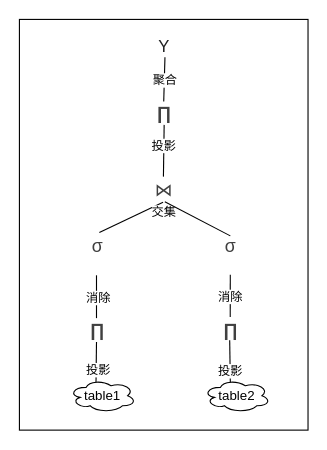
This is sql_plan_opt.drawio from arlottang/tdh_bit, a draw.io file, before an edit. Source tidied: cells renumbered, new cells numbered last; positions are measured from the earlier drawing's top-left corner, leaving out a move shared by most shapes. Both pictures are drawn from the tidied source at 111%, with x=0, y=0 at pixel (19, 19).
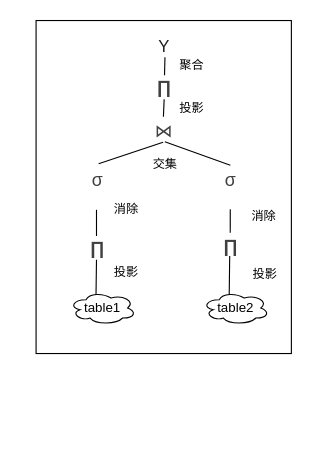
The same diagram, later.

Unchanged cells that the change refers to:
```xml
<mxCell id="3" value="&lt;span style=&quot;color: rgb(32 , 33 , 34) ; font-family: sans-serif ; font-size: 15.008px&quot;&gt;Υ&lt;/span&gt;" style="text;html=1;align=center;verticalAlign=middle;points=[];fillColor=none;strokeColor=none;rounded=0;" parent="1" vertex="1">
  <mxGeometry x="115" y="14" width="30" height="20" as="geometry" />
</mxCell>
<mxCell id="17" style="endArrow=none;html=1;rounded=0;exitX=0.513;exitY=1.05;exitDx=0;exitDy=0;exitPerimeter=0;entryX=0.491;entryY=-0.119;entryDx=0;entryDy=0;entryPerimeter=0;" parent="1" edge="1" source="4" target="5">
  <mxGeometry relative="1" as="geometry" />
</mxCell>
<mxCell id="19" style="endArrow=none;html=1;rounded=0;exitX=0.481;exitY=1.013;exitDx=0;exitDy=0;exitPerimeter=0;entryX=0.481;entryY=-0.045;entryDx=0;entryDy=0;entryPerimeter=0;" parent="1" edge="1" source="6" target="8">
  <mxGeometry relative="1" as="geometry" />
</mxCell>
<mxCell id="21" style="endArrow=none;html=1;rounded=0;entryX=0.497;entryY=-0.093;entryDx=0;entryDy=0;entryPerimeter=0;" parent="1" edge="1" source="7" target="9">
  <mxGeometry relative="1" as="geometry" />
</mxCell>
<mxCell id="23" style="endArrow=none;html=1;rounded=0;exitX=0.481;exitY=1.026;exitDx=0;exitDy=0;exitPerimeter=0;entryX=0.4;entryY=0.1;entryDx=0;entryDy=0;entryPerimeter=0;" parent="1" edge="1" source="8" target="10">
  <mxGeometry relative="1" as="geometry" />
</mxCell>
<mxCell id="25" style="endArrow=none;html=1;rounded=0;exitX=0.481;exitY=0.955;exitDx=0;exitDy=0;exitPerimeter=0;entryX=0.4;entryY=0.1;entryDx=0;entryDy=0;entryPerimeter=0;" parent="1" edge="1" source="9" target="11">
  <mxGeometry relative="1" as="geometry" />
</mxCell>
```

What changed in the source:
```diff
@@
     <mxCell id="2" style="rounded=0;whiteSpace=wrap;html=1;fillColor=#FFFFFF;" parent="1" vertex="1">
-      <mxGeometry width="260" height="370" as="geometry" />
+      <mxGeometry x="15" y="1" width="230" height="300" as="geometry" />
     </mxCell>
@@
     <mxCell id="4" value="&lt;span style=&quot;box-sizing: border-box ; font-weight: 600 ; color: rgb(64 , 64 , 64) ; font-family: , &amp;#34;blinkmacsystemfont&amp;#34; , &amp;#34;apple color emoji&amp;#34; , &amp;#34;segoe ui emoji&amp;#34; , &amp;#34;segoe ui symbol&amp;#34; , &amp;#34;segoe ui&amp;#34; , &amp;#34;pingfang sc&amp;#34; , &amp;#34;hiragino sans gb&amp;#34; , &amp;#34;microsoft yahei&amp;#34; , &amp;#34;helvetica neue&amp;#34; , &amp;#34;helvetica&amp;#34; , &amp;#34;arial&amp;#34; , sans-serif ; font-size: 16px ; text-align: left ; background-color: rgb(255 , 255 , 255)&quot;&gt;∏&lt;/span&gt;" style="text;html=1;align=center;verticalAlign=middle;points=[];fillColor=none;strokeColor=none;rounded=0;" parent="1" vertex="1">
-      <mxGeometry x="115" y="74" width="30" height="20" as="geometry" />
+      <mxGeometry x="115" y="51" width="30" height="20" as="geometry" />
     </mxCell>
     <mxCell id="5" value="&lt;span style=&quot;color: rgb(64 , 64 , 64) ; font-family: , &amp;#34;blinkmacsystemfont&amp;#34; , &amp;#34;apple color emoji&amp;#34; , &amp;#34;segoe ui emoji&amp;#34; , &amp;#34;segoe ui symbol&amp;#34; , &amp;#34;segoe ui&amp;#34; , &amp;#34;pingfang sc&amp;#34; , &amp;#34;hiragino sans gb&amp;#34; , &amp;#34;microsoft yahei&amp;#34; , &amp;#34;helvetica neue&amp;#34; , &amp;#34;helvetica&amp;#34; , &amp;#34;arial&amp;#34; , sans-serif ; font-size: 16px ; text-align: left ; background-color: rgb(255 , 255 , 255)&quot;&gt;⋈&lt;/span&gt;" style="text;html=1;align=center;verticalAlign=middle;points=[];fillColor=none;strokeColor=none;rounded=0;" parent="1" vertex="1">
-      <mxGeometry x="115" y="144" width="30" height="20" as="geometry" />
+      <mxGeometry x="115" y="90" width="30" height="20" as="geometry" />
     </mxCell>
     <mxCell id="6" value="&lt;h4 style=&quot;box-sizing: border-box ; margin-top: 0px ; margin-bottom: 16px ; color: rgb(64 , 64 , 64) ; font-size: 20px ; font-family: , &amp;#34;blinkmacsystemfont&amp;#34; , &amp;#34;apple color emoji&amp;#34; , &amp;#34;segoe ui emoji&amp;#34; , &amp;#34;segoe ui symbol&amp;#34; , &amp;#34;segoe ui&amp;#34; , &amp;#34;pingfang sc&amp;#34; , &amp;#34;hiragino sans gb&amp;#34; , &amp;#34;microsoft yahei&amp;#34; , &amp;#34;helvetica neue&amp;#34; , &amp;#34;helvetica&amp;#34; , &amp;#34;arial&amp;#34; , sans-serif ; text-align: left ; background-color: rgb(255 , 255 , 255)&quot;&gt;&lt;span style=&quot;font-family: , &amp;#34;blinkmacsystemfont&amp;#34; , &amp;#34;apple color emoji&amp;#34; , &amp;#34;segoe ui emoji&amp;#34; , &amp;#34;segoe ui symbol&amp;#34; , &amp;#34;segoe ui&amp;#34; , &amp;#34;pingfang sc&amp;#34; , &amp;#34;hiragino sans gb&amp;#34; , &amp;#34;microsoft yahei&amp;#34; , &amp;#34;helvetica neue&amp;#34; , &amp;#34;helvetica&amp;#34; , &amp;#34;arial&amp;#34; , sans-serif ; font-size: 16px ; font-weight: 400&quot;&gt;σ&lt;/span&gt;&lt;br&gt;&lt;/h4&gt;" style="text;html=1;align=center;verticalAlign=middle;points=[];fillColor=none;strokeColor=none;rounded=0;" parent="1" vertex="1">
-      <mxGeometry x="55" y="190" width="30" height="40" as="geometry" />
+      <mxGeometry x="55" y="131" width="30" height="40" as="geometry" />
     </mxCell>
     <mxCell id="7" value="&lt;h4 style=&quot;box-sizing: border-box ; margin-top: 0px ; margin-bottom: 16px ; color: rgb(64 , 64 , 64) ; font-size: 20px ; font-family: , &amp;#34;blinkmacsystemfont&amp;#34; , &amp;#34;apple color emoji&amp;#34; , &amp;#34;segoe ui emoji&amp;#34; , &amp;#34;segoe ui symbol&amp;#34; , &amp;#34;segoe ui&amp;#34; , &amp;#34;pingfang sc&amp;#34; , &amp;#34;hiragino sans gb&amp;#34; , &amp;#34;microsoft yahei&amp;#34; , &amp;#34;helvetica neue&amp;#34; , &amp;#34;helvetica&amp;#34; , &amp;#34;arial&amp;#34; , sans-serif ; text-align: left ; background-color: rgb(255 , 255 , 255)&quot;&gt;&lt;span style=&quot;font-family: , &amp;#34;blinkmacsystemfont&amp;#34; , &amp;#34;apple color emoji&amp;#34; , &amp;#34;segoe ui emoji&amp;#34; , &amp;#34;segoe ui symbol&amp;#34; , &amp;#34;segoe ui&amp;#34; , &amp;#34;pingfang sc&amp;#34; , &amp;#34;hiragino sans gb&amp;#34; , &amp;#34;microsoft yahei&amp;#34; , &amp;#34;helvetica neue&amp;#34; , &amp;#34;helvetica&amp;#34; , &amp;#34;arial&amp;#34; , sans-serif ; font-size: 16px ; font-weight: 400&quot;&gt;σ&lt;/span&gt;&lt;br&gt;&lt;/h4&gt;" style="text;html=1;align=center;verticalAlign=middle;points=[];fillColor=none;strokeColor=none;rounded=0;" parent="1" vertex="1">
-      <mxGeometry x="175" y="190" width="30" height="40" as="geometry" />
+      <mxGeometry x="175" y="131" width="30" height="40" as="geometry" />
     </mxCell>
     <mxCell id="8" value="&lt;span style=&quot;color: rgb(64 , 64 , 64) ; font-size: 16px ; font-weight: 600 ; text-align: left ; background-color: rgb(255 , 255 , 255)&quot;&gt;∏&lt;/span&gt;" style="text;html=1;align=center;verticalAlign=middle;points=[];fillColor=none;strokeColor=none;rounded=0;" parent="1" vertex="1">
-      <mxGeometry x="55" y="270" width="30" height="20" as="geometry" />
+      <mxGeometry x="55" y="196" width="30" height="20" as="geometry" />
     </mxCell>
     <mxCell id="9" value="&lt;span style=&quot;color: rgb(64 , 64 , 64) ; font-size: 16px ; font-weight: 600 ; text-align: left ; background-color: rgb(255 , 255 , 255)&quot;&gt;∏&lt;/span&gt;" style="text;html=1;align=center;verticalAlign=middle;points=[];fillColor=none;strokeColor=none;rounded=0;" parent="1" vertex="1">
-      <mxGeometry x="175" y="270" width="30" height="20" as="geometry" />
+      <mxGeometry x="175" y="194" width="30" height="20" as="geometry" />
     </mxCell>
     <mxCell id="10" value="table1" style="ellipse;shape=cloud;whiteSpace=wrap;html=1;" parent="1" vertex="1">
-      <mxGeometry x="45" y="324" width="60" height="30" as="geometry" />
+      <mxGeometry x="45" y="245" width="60" height="30" as="geometry" />
     </mxCell>
     <mxCell id="11" value="table2" style="ellipse;shape=cloud;whiteSpace=wrap;html=1;" parent="1" vertex="1">
-      <mxGeometry x="166" y="324" width="60" height="30" as="geometry" />
+      <mxGeometry x="165" y="245" width="60" height="30" as="geometry" />
     </mxCell>
-    <mxCell id="12" style="endArrow=none;html=1;rounded=0;exitX=0.48;exitY=1.03;exitDx=0;exitDy=0;exitPerimeter=0;entryX=0.567;entryY=-0.05;entryDx=0;entryDy=0;entryPerimeter=0;" parent="1" edge="1" source="5">
-      <mxGeometry relative="1" as="geometry">
-        <mxPoint x="72" y="192" as="targetPoint" />
-      </mxGeometry>
+    <mxCell id="12" style="endArrow=none;html=1;rounded=0;exitX=0.48;exitY=1.03;exitDx=0;exitDy=0;exitPerimeter=0;entryX=0.544;entryY=-0.025;entryDx=0;entryDy=0;entryPerimeter=0;" parent="1" edge="1" source="5" target="6">
+      <mxGeometry relative="1" as="geometry" />
     </mxCell>
     <mxCell id="13" value="交集" style="edgeLabel;html=1;align=center;verticalAlign=middle;fillColor=#FFE599;" parent="12" vertex="1">
       <mxGeometry x="-0.35" relative="1" as="geometry">
-        <mxPoint x="19" as="offset" />
+        <mxPoint x="20" y="13" as="offset" />
       </mxGeometry>
     </mxCell>
-    <mxCell id="14" style="endArrow=none;html=1;rounded=0;exitX=0.533;exitY=1.01;exitDx=0;exitDy=0;exitPerimeter=0;entryX=0.5;entryY=0.025;entryDx=0;entryDy=0;entryPerimeter=0;" parent="1" edge="1" source="5">
-      <mxGeometry relative="1" as="geometry">
-        <mxPoint x="190" y="195" as="targetPoint" />
-      </mxGeometry>
+    <mxCell id="14" style="endArrow=none;html=1;rounded=0;exitX=0.533;exitY=1.01;exitDx=0;exitDy=0;exitPerimeter=0;entryX=0.5;entryY=0.008;entryDx=0;entryDy=0;entryPerimeter=0;" parent="1" edge="1" source="5" target="7">
+      <mxGeometry relative="1" as="geometry" />
     </mxCell>
-    <mxCell id="15" style="endArrow=none;html=1;rounded=0;entryX=0.537;entryY=1.002;entryDx=0;entryDy=0;entryPerimeter=0;" parent="1" edge="1" target="3">
-      <mxGeometry relative="1" as="geometry">
-        <mxPoint x="130" y="74" as="sourcePoint" />
-      </mxGeometry>
+    <mxCell id="15" style="endArrow=none;html=1;rounded=0;entryX=0.537;entryY=1.002;entryDx=0;entryDy=0;entryPerimeter=0;exitX=0.524;exitY=-0.04;exitDx=0;exitDy=0;exitPerimeter=0;" parent="1" edge="1" source="4" target="3">
+      <mxGeometry relative="1" as="geometry" />
     </mxCell>
     <mxCell id="16" value="聚合" style="edgeLabel;html=1;align=center;verticalAlign=middle;fillColor=#FFE599;" parent="15" vertex="1">
       <mxGeometry x="-0.33" relative="1" as="geometry">
-        <mxPoint y="-7" as="offset" />
+        <mxPoint x="24" y="-5" as="offset" />
       </mxGeometry>
     </mxCell>
@@
     <mxCell id="18" value="投影" style="edgeLabel;html=1;align=center;verticalAlign=middle;fillColor=#FFE599;" parent="17" vertex="1">
       <mxGeometry x="0.39" relative="1" as="geometry">
-        <mxPoint y="-13" as="offset" />
+        <mxPoint x="25" y="-3" as="offset" />
       </mxGeometry>
     </mxCell>
@@
     <mxCell id="20" value="消除" style="edgeLabel;html=1;align=center;verticalAlign=middle;" parent="19" vertex="1">
       <mxGeometry x="-0.44" relative="1" as="geometry">
-        <mxPoint x="1" y="9" as="offset" />
+        <mxPoint x="26" y="-8" as="offset" />
       </mxGeometry>
     </mxCell>
@@
     <mxCell id="22" value="消除" style="edgeLabel;html=1;align=center;verticalAlign=middle;" parent="21" vertex="1">
       <mxGeometry x="-0.57" y="-1" relative="1" as="geometry">
-        <mxPoint x="1" y="12" as="offset" />
+        <mxPoint x="31" y="1" as="offset" />
       </mxGeometry>
     </mxCell>
@@
     <mxCell id="24" value="投影" style="edgeLabel;html=1;align=center;verticalAlign=middle;" parent="23" vertex="1">
-      <mxGeometry x="0.36" y="1" relative="1" as="geometry" />
+      <mxGeometry x="0.36" y="1" relative="1" as="geometry">
+        <mxPoint x="25" y="-10" as="offset" />
+      </mxGeometry>
     </mxCell>
@@
     <mxCell id="26" value="投影" style="edgeLabel;html=1;align=center;verticalAlign=middle;" parent="25" vertex="1">
-      <mxGeometry x="0.43" relative="1" as="geometry" />
+      <mxGeometry x="0.43" relative="1" as="geometry">
+        <mxPoint x="31" y="-10" as="offset" />
+      </mxGeometry>
     </mxCell>
```
